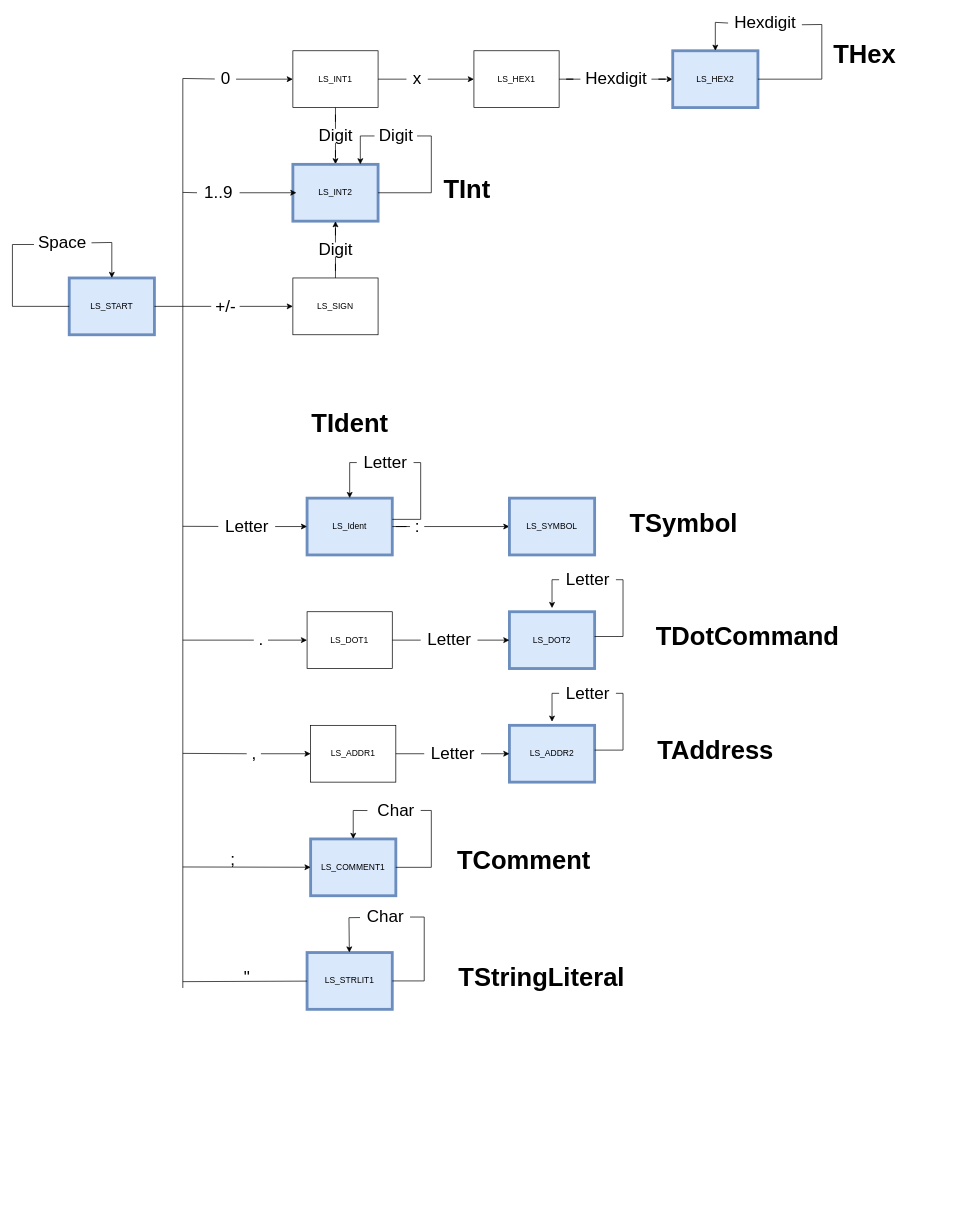
Earlier version of the draw.io diagram page "Tokenizer" (2 of 5) of docs/diagrams/Pep9Assembler.drawio (zackthomas1/Pep9Assembler). Source tidied: cells renumbered, new cells numbered last; positions are measured from the earlier drawing's top-left corner, leaving out a move shared by most shapes. Both pictures are drawn from the tidied source at 71%, with x=0, y=0 at pixel (12, 15).
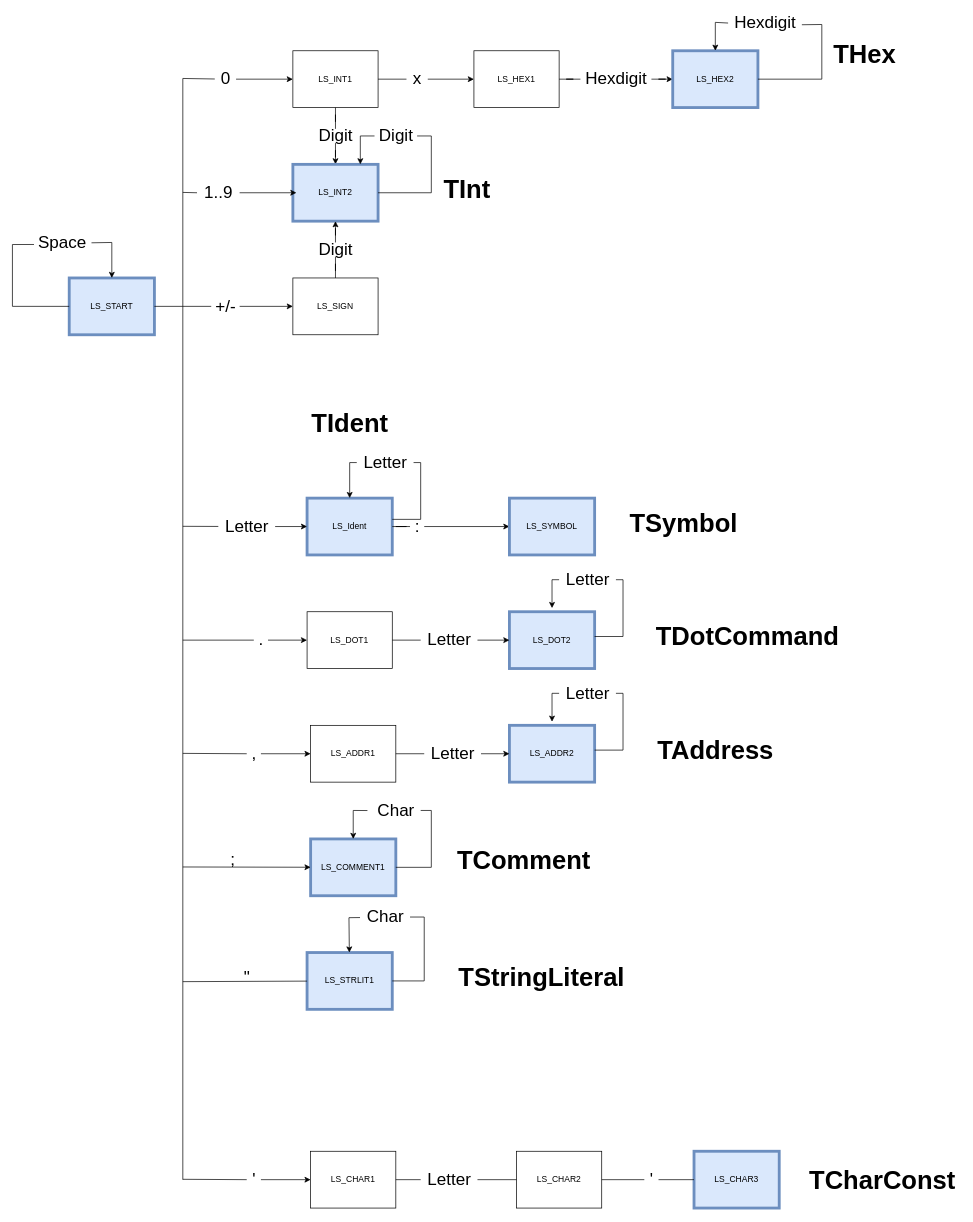
The same page after the edit.

Diff of the diagram source:
```diff
@@
     <mxCell id="71" style="endArrow=none;html=1;strokeColor=#000000;" parent="1" edge="1">
       <mxGeometry relative="1" as="geometry">
         <mxPoint x="240" y="410" as="sourcePoint" />
-        <mxPoint x="240" y="1370" as="targetPoint" />
+        <mxPoint x="240" y="1640" as="targetPoint" />
       </mxGeometry>
     </mxCell>
@@
+    <mxCell id="92" value="LS_CHAR1" style="rounded=0;whiteSpace=wrap;html=1;strokeWidth=1;" parent="1" vertex="1">
+      <mxGeometry x="420" y="1600" width="120" height="80" as="geometry" />
+    </mxCell>
+    <mxCell id="93" style="endArrow=classic;html=1;entryX=0;entryY=0.5;entryDx=0;entryDy=0;startArrow=none;" parent="1" edge="1" source="94" target="92">
+      <mxGeometry relative="1" as="geometry" />
+    </mxCell>
+    <mxCell id="94" value="&lt;font style=&quot;font-size: 24px&quot;&gt;'&lt;/font&gt;" style="text;html=1;align=center;verticalAlign=middle;points=[];fillColor=none;strokeColor=none;rounded=0;" parent="1" vertex="1">
+      <mxGeometry x="330" y="1630" width="20" height="20" as="geometry" />
+    </mxCell>
+    <mxCell id="95" style="endArrow=none;html=1;entryX=0;entryY=0.5;entryDx=0;entryDy=0;" parent="1" edge="1" target="94">
+      <mxGeometry relative="1" as="geometry">
+        <mxPoint x="240" y="1639.5" as="sourcePoint" />
+      </mxGeometry>
+    </mxCell>
+    <mxCell id="96" value="&lt;font style=&quot;font-size: 24px&quot;&gt;Letter&lt;/font&gt;" style="text;html=1;align=center;verticalAlign=middle;points=[];fillColor=none;strokeColor=none;rounded=0;" parent="1" vertex="1">
+      <mxGeometry x="575" y="1630" width="80" height="20" as="geometry" />
+    </mxCell>
+    <mxCell id="97" style="endArrow=none;html=1;strokeColor=#000000;exitX=1;exitY=0.5;exitDx=0;exitDy=0;" parent="1" edge="1" source="92" target="96">
+      <mxGeometry relative="1" as="geometry" />
+    </mxCell>
+    <mxCell id="98" value="LS_CHAR2" style="rounded=0;whiteSpace=wrap;html=1;strokeWidth=1;" parent="1" vertex="1">
+      <mxGeometry x="710" y="1600" width="120" height="80" as="geometry" />
+    </mxCell>
+    <mxCell id="99" style="endArrow=none;html=1;strokeColor=#000000;" parent="1" edge="1" source="96" target="98">
+      <mxGeometry relative="1" as="geometry" />
+    </mxCell>
+    <mxCell id="100" value="&lt;font style=&quot;font-size: 24px&quot;&gt;'&lt;/font&gt;" style="text;html=1;align=center;verticalAlign=middle;points=[];fillColor=none;strokeColor=none;rounded=0;" parent="1" vertex="1">
+      <mxGeometry x="890" y="1630" width="20" height="20" as="geometry" />
+    </mxCell>
+    <mxCell id="101" style="endArrow=none;html=1;strokeColor=#000000;" parent="1" edge="1" source="98" target="100">
+      <mxGeometry relative="1" as="geometry" />
+    </mxCell>
+    <mxCell id="102" value="LS_CHAR3" style="rounded=0;whiteSpace=wrap;html=1;strokeWidth=4;fillColor=#dae8fc;strokeColor=#6c8ebf;" parent="1" vertex="1">
+      <mxGeometry x="960" y="1600" width="120" height="80" as="geometry" />
+    </mxCell>
+    <mxCell id="103" style="endArrow=none;html=1;strokeColor=#000000;" parent="1" edge="1" source="100" target="102">
+      <mxGeometry relative="1" as="geometry" />
+    </mxCell>
+    <mxCell id="104" value="&lt;font style=&quot;font-size: 36px&quot;&gt;&lt;b&gt;TCharConst&lt;/b&gt;&lt;/font&gt;" style="text;html=1;align=center;verticalAlign=middle;strokeColor=none;" parent="1" vertex="1">
+      <mxGeometry x="1115" y="1625" width="220" height="30" as="geometry" />
+    </mxCell>
```
